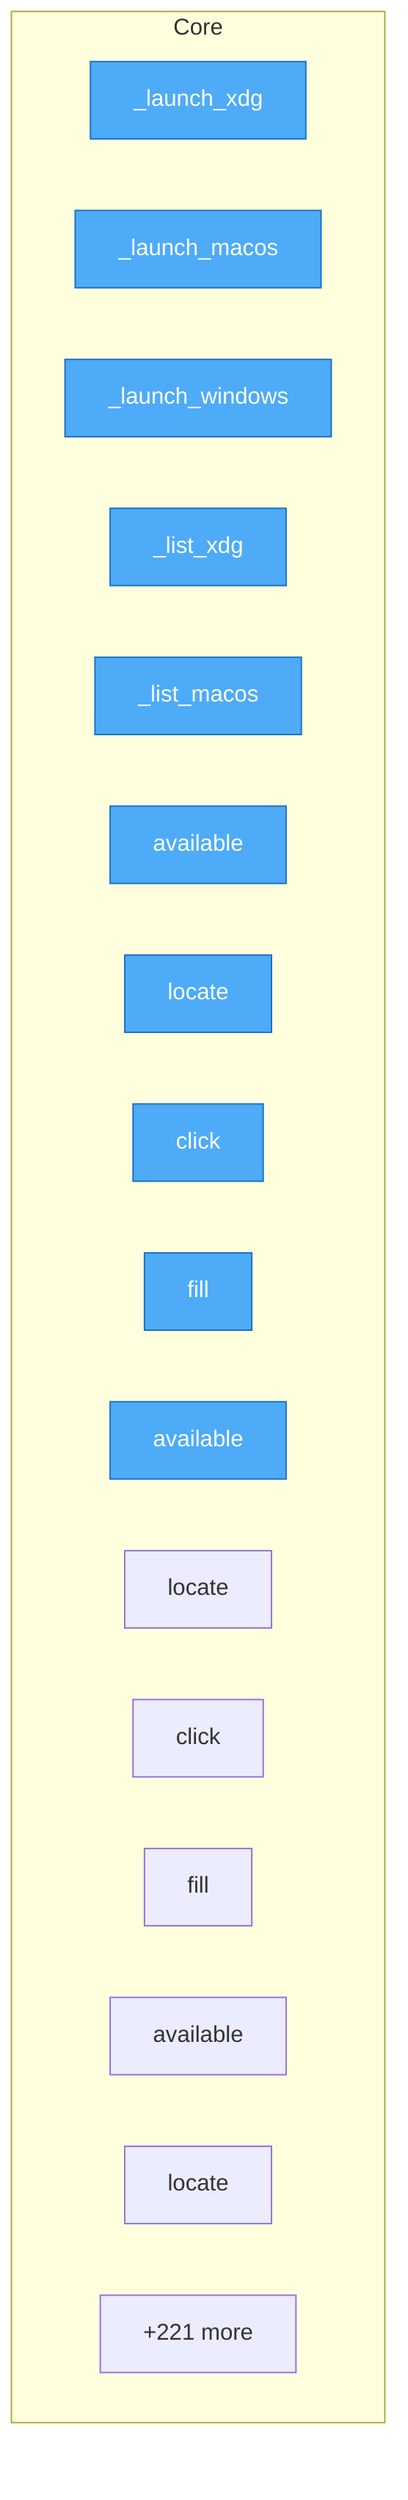
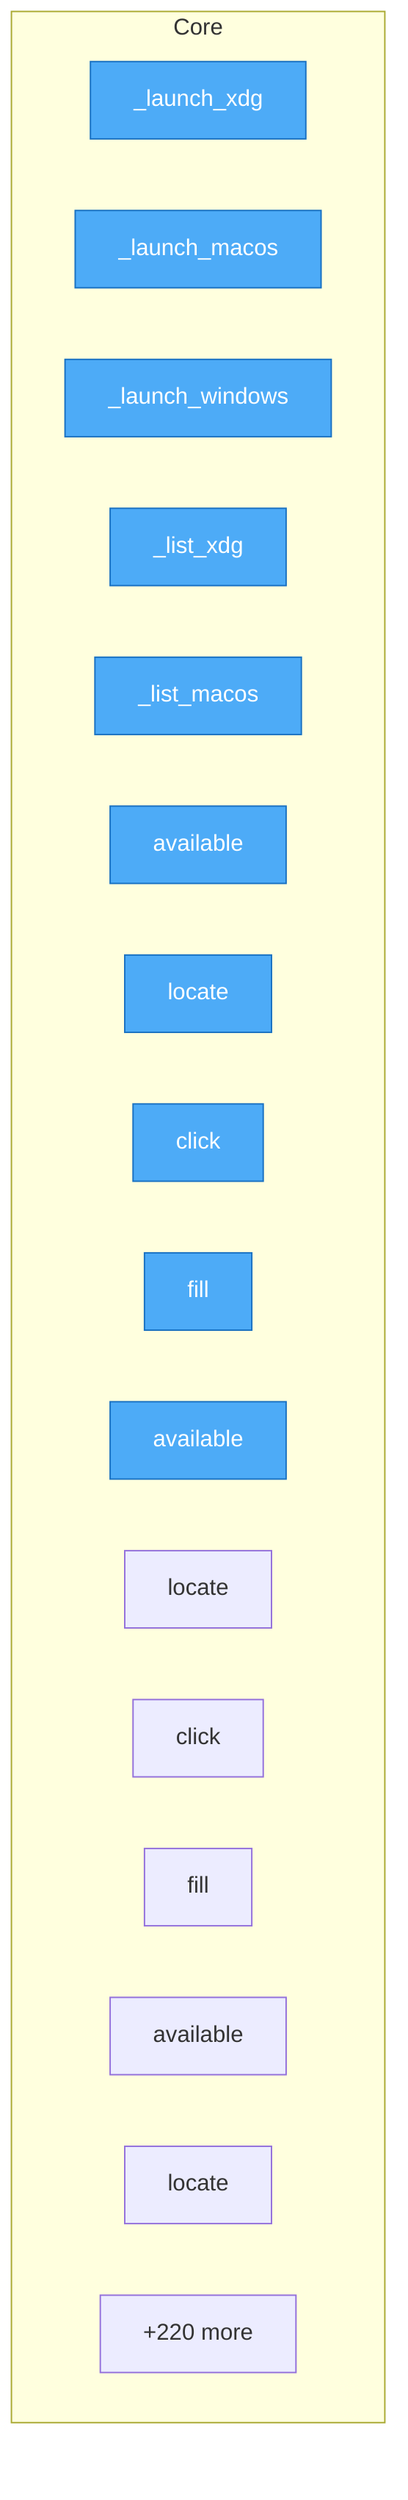
flowchart TD
%% generated in 0.01s

    %% Entry points (blue)
    classDef entry fill:#4dabf7,stroke:#1971c2,color:#fff

    subgraph Core
        urirun_connector_kvm__launch_backends___launch_xdg["_launch_xdg"]
        urirun_connector_kvm__launch_backends___launch_macos["_launch_macos"]
        urirun_connector_kvm__launch_backends___launch_windows["_launch_windows"]
        urirun_connector_kvm__launch_backends___list_xdg["_list_xdg"]
        urirun_connector_kvm__launch_backends___list_macos["_list_macos"]
        urirun_connector_kvm__strategies__CdpStrategy__available["available"]
        urirun_connector_kvm__strategies__CdpStrategy__locate["locate"]
        urirun_connector_kvm__strategies__CdpStrategy__click["click"]
        urirun_connector_kvm__strategies__CdpStrategy__fill["fill"]
        urirun_connector_kvm__strategies__AtspiStrategy__available["available"]
        urirun_connector_kvm__strategies__AtspiStrategy__locate["locate"]
        urirun_connector_kvm__strategies__AtspiStrategy__click["click"]
        urirun_connector_kvm__strategies__AtspiStrategy__fill["fill"]
        urirun_connector_kvm__strategies__VisionStrategy__available["available"]
        urirun_connector_kvm__strategies__VisionStrategy__locate["locate"]
-         ...["+221 more"]
+         ...["+220 more"]
    end

    class urirun_connector_kvm__launch_backends___launch_xdg,urirun_connector_kvm__launch_backends___launch_macos,urirun_connector_kvm__launch_backends___launch_windows,urirun_connector_kvm__launch_backends___list_xdg,urirun_connector_kvm__launch_backends___list_macos,urirun_connector_kvm__strategies__CdpStrategy__available,urirun_connector_kvm__strategies__CdpStrategy__locate,urirun_connector_kvm__strategies__CdpStrategy__click,urirun_connector_kvm__strategies__CdpStrategy__fill,urirun_connector_kvm__strategies__AtspiStrategy__available entry
